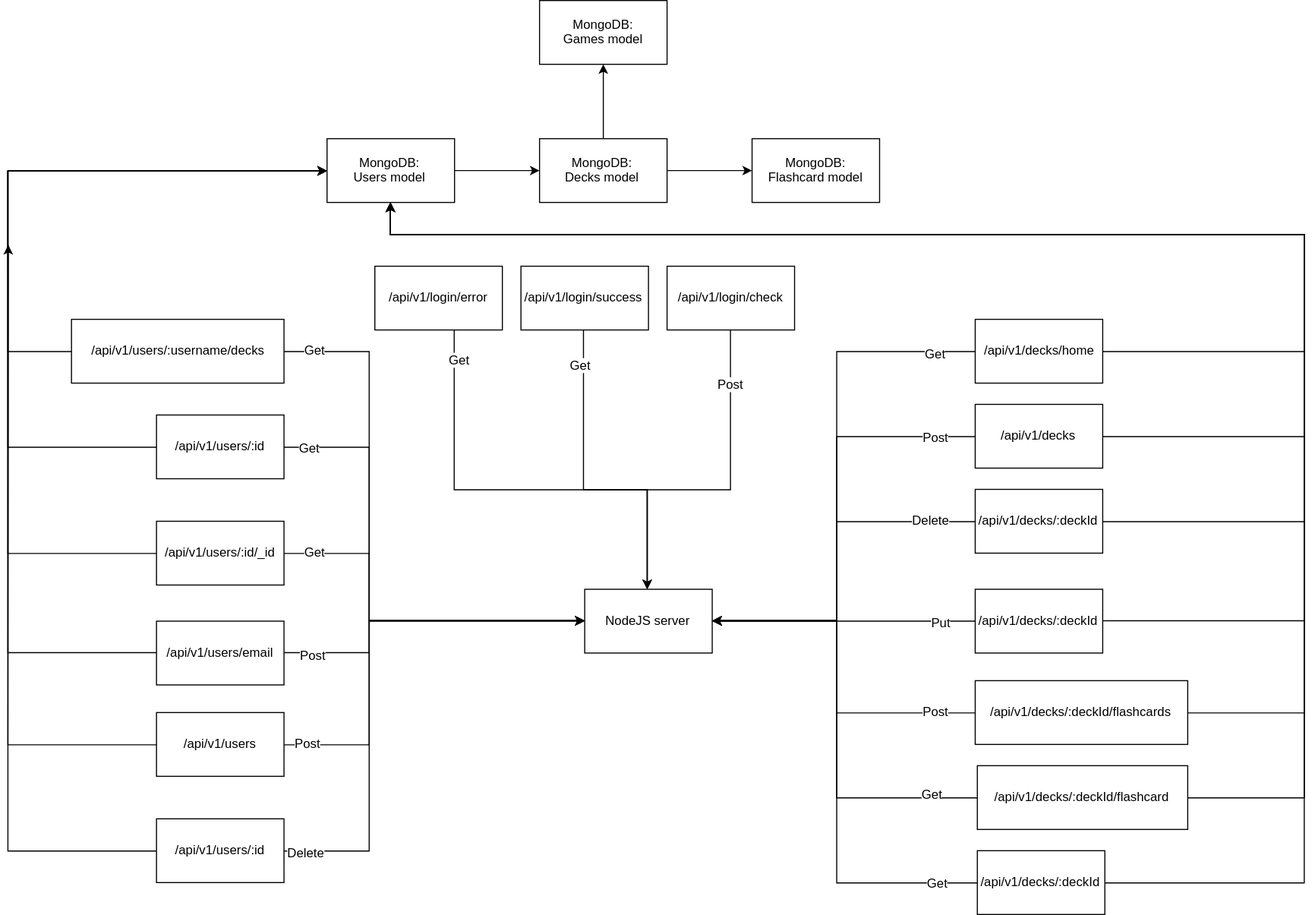
JorisNijkamp1/Apprend keeps this draw.io diagram as Documentatie/NodeJS-server.svg. Above is the earlier version. Source tidied: cells renumbered, new cells last; positions are measured from the earlier drawing's top-left corner, leaving out a move shared by most shapes.
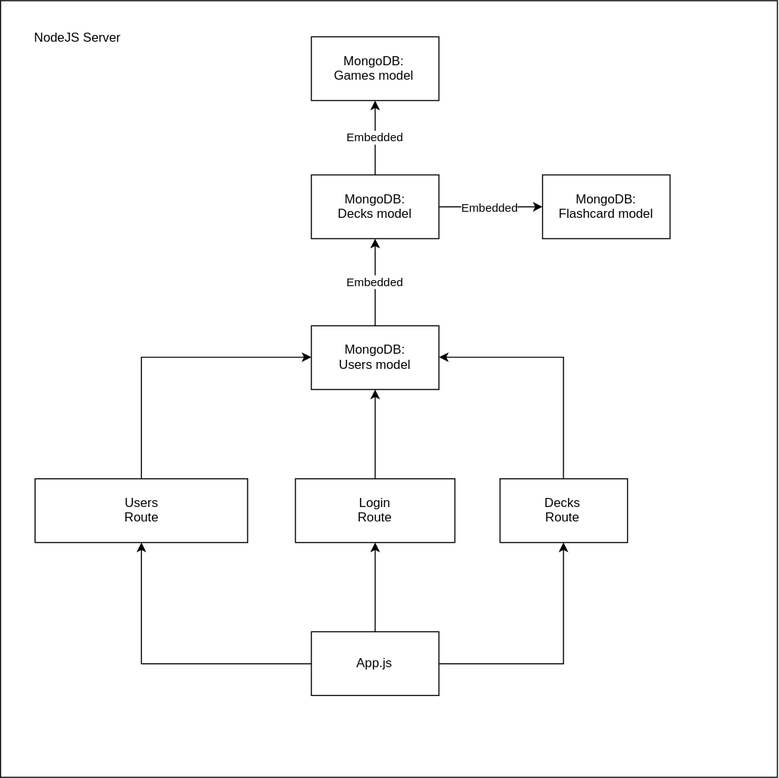
Later version of the same file.

What changed in the source:
```diff
@@ -2,357 +2,74 @@
   <root>
     <mxCell id="0" />
     <mxCell id="1" parent="0" />
-    <mxCell id="2" value="NodeJS server" style="rounded=0;whiteSpace=wrap;html=1;" parent="1" vertex="1">
-      <mxGeometry x="542.5" y="554" width="120" height="60" as="geometry" />
-    </mxCell>
-    <mxCell id="3" style="edgeStyle=orthogonalEdgeStyle;rounded=0;jettySize=auto;html=1;" parent="1" edge="1" source="6" target="2">
-      <mxGeometry relative="1" as="geometry">
-        <Array as="points">
-          <mxPoint x="780" y="330" />
-          <mxPoint x="780" y="584" />
-        </Array>
-      </mxGeometry>
-    </mxCell>
-    <mxCell id="4" value="Get" style="text;html=1;align=center;verticalAlign=middle;labelBackgroundColor=#ffffff;" parent="3" vertex="1">
-      <mxGeometry x="-0.85" y="1" relative="1" as="geometry" />
-    </mxCell>
-    <mxCell id="5" style="edgeStyle=orthogonalEdgeStyle;rounded=0;jettySize=auto;html=1;" parent="1" edge="1" source="6" target="65">
-      <mxGeometry relative="1" as="geometry">
-        <Array as="points">
-          <mxPoint x="1220" y="330" />
-          <mxPoint x="1220" y="220" />
-          <mxPoint x="360" y="220" />
-        </Array>
-      </mxGeometry>
-    </mxCell>
-    <mxCell id="6" value="/api/v1/decks/home" style="rounded=0;whiteSpace=wrap;html=1;" parent="1" vertex="1">
-      <mxGeometry x="910" y="300" width="120" height="60" as="geometry" />
-    </mxCell>
-    <mxCell id="7" style="edgeStyle=orthogonalEdgeStyle;rounded=0;jettySize=auto;html=1;" parent="1" edge="1" source="10" target="2">
-      <mxGeometry x="-0.15" y="30" relative="1" as="geometry">
-        <Array as="points">
-          <mxPoint x="780" y="410" />
-          <mxPoint x="780" y="584" />
-        </Array>
-        <mxPoint x="-30" y="30" as="offset" />
-      </mxGeometry>
-    </mxCell>
-    <mxCell id="8" value="Post" style="text;html=1;align=center;verticalAlign=middle;labelBackgroundColor=#ffffff;" parent="7" vertex="1">
-      <mxGeometry x="-0.82" relative="1" as="geometry" />
-    </mxCell>
-    <mxCell id="9" style="edgeStyle=orthogonalEdgeStyle;rounded=0;jettySize=auto;html=1;" parent="1" edge="1" source="10">
-      <mxGeometry relative="1" as="geometry">
-        <mxPoint x="360" y="180" as="targetPoint" />
-        <Array as="points">
-          <mxPoint x="1220" y="410" />
-          <mxPoint x="1220" y="220" />
-          <mxPoint x="360" y="220" />
-        </Array>
-      </mxGeometry>
-    </mxCell>
-    <mxCell id="10" value="/api/v1/decks" style="rounded=0;whiteSpace=wrap;html=1;" parent="1" vertex="1">
-      <mxGeometry x="910" y="380" width="120" height="60" as="geometry" />
-    </mxCell>
-    <mxCell id="11" style="edgeStyle=orthogonalEdgeStyle;rounded=0;jettySize=auto;html=1;" parent="1" edge="1" source="14" target="2">
-      <mxGeometry relative="1" as="geometry">
-        <Array as="points">
-          <mxPoint x="780" y="490" />
-          <mxPoint x="780" y="584" />
-        </Array>
-      </mxGeometry>
-    </mxCell>
-    <mxCell id="12" value="Delete" style="text;html=1;align=center;verticalAlign=middle;labelBackgroundColor=#ffffff;" parent="11" vertex="1">
-      <mxGeometry x="-0.75" y="-2" relative="1" as="geometry" />
-    </mxCell>
-    <mxCell id="13" style="edgeStyle=orthogonalEdgeStyle;rounded=0;jettySize=auto;html=1;" parent="1" edge="1" source="14" target="65">
-      <mxGeometry relative="1" as="geometry">
-        <Array as="points">
-          <mxPoint x="1220" y="490" />
-          <mxPoint x="1220" y="220" />
-          <mxPoint x="360" y="220" />
-        </Array>
-      </mxGeometry>
-    </mxCell>
-    <mxCell id="14" value="/api/v1/decks/:deckId" style="rounded=0;whiteSpace=wrap;html=1;" parent="1" vertex="1">
-      <mxGeometry x="910" y="460" width="120" height="60" as="geometry" />
-    </mxCell>
-    <mxCell id="15" style="edgeStyle=orthogonalEdgeStyle;rounded=0;jettySize=auto;html=1;" parent="1" edge="1" source="18" target="2">
-      <mxGeometry relative="1" as="geometry">
-        <Array as="points">
-          <mxPoint x="780" y="830" />
-          <mxPoint x="780" y="584" />
-        </Array>
-      </mxGeometry>
-    </mxCell>
-    <mxCell id="16" value="Get" style="text;html=1;align=center;verticalAlign=middle;labelBackgroundColor=#ffffff;" parent="15" vertex="1">
-      <mxGeometry x="-0.85" y="-1" relative="1" as="geometry" />
-    </mxCell>
-    <mxCell id="17" style="edgeStyle=orthogonalEdgeStyle;rounded=0;jettySize=auto;html=1;" parent="1" edge="1" source="18" target="65">
-      <mxGeometry relative="1" as="geometry">
-        <Array as="points">
-          <mxPoint x="1220" y="830" />
-          <mxPoint x="1220" y="220" />
-          <mxPoint x="360" y="220" />
-        </Array>
-      </mxGeometry>
-    </mxCell>
-    <mxCell id="18" value="/api/v1/decks/:deckId" style="rounded=0;whiteSpace=wrap;html=1;" parent="1" vertex="1">
-      <mxGeometry x="912" y="800" width="120" height="60" as="geometry" />
-    </mxCell>
-    <mxCell id="19" style="edgeStyle=orthogonalEdgeStyle;rounded=0;jettySize=auto;html=1;" parent="1" edge="1" source="22" target="2">
-      <mxGeometry relative="1" as="geometry">
-        <Array as="points">
-          <mxPoint x="780" y="750" />
-          <mxPoint x="780" y="584" />
-        </Array>
-      </mxGeometry>
-    </mxCell>
-    <mxCell id="20" value="Get" style="text;html=1;align=center;verticalAlign=middle;labelBackgroundColor=#ffffff;" parent="19" vertex="1">
-      <mxGeometry x="-0.79" y="-4" relative="1" as="geometry" />
-    </mxCell>
-    <mxCell id="21" style="edgeStyle=orthogonalEdgeStyle;rounded=0;jettySize=auto;html=1;" parent="1" edge="1" source="22" target="65">
-      <mxGeometry relative="1" as="geometry">
-        <Array as="points">
-          <mxPoint x="1220" y="750" />
-          <mxPoint x="1220" y="220" />
-          <mxPoint x="360" y="220" />
-        </Array>
-      </mxGeometry>
-    </mxCell>
-    <mxCell id="22" value="/api/v1/decks/:deckId/flashcard" style="rounded=0;whiteSpace=wrap;html=1;" parent="1" vertex="1">
-      <mxGeometry x="912" y="720" width="198" height="60" as="geometry" />
-    </mxCell>
-    <mxCell id="23" style="edgeStyle=orthogonalEdgeStyle;rounded=0;jettySize=auto;html=1;" parent="1" edge="1" source="26" target="2">
-      <mxGeometry relative="1" as="geometry">
-        <Array as="points">
-          <mxPoint x="780" y="670" />
-          <mxPoint x="780" y="584" />
-        </Array>
-      </mxGeometry>
-    </mxCell>
-    <mxCell id="24" value="Post" style="text;html=1;align=center;verticalAlign=middle;labelBackgroundColor=#ffffff;" parent="23" vertex="1">
-      <mxGeometry x="-0.77" y="-2" relative="1" as="geometry" />
-    </mxCell>
-    <mxCell id="25" style="edgeStyle=orthogonalEdgeStyle;rounded=0;jettySize=auto;html=1;" parent="1" edge="1" source="26" target="65">
-      <mxGeometry relative="1" as="geometry">
-        <Array as="points">
-          <mxPoint x="1220" y="670" />
-          <mxPoint x="1220" y="220" />
-          <mxPoint x="360" y="220" />
-        </Array>
-      </mxGeometry>
-    </mxCell>
-    <mxCell id="26" value="/api/v1/decks/:deckId/flashcards" style="rounded=0;whiteSpace=wrap;html=1;" parent="1" vertex="1">
-      <mxGeometry x="910" y="640" width="200" height="60" as="geometry" />
-    </mxCell>
-    <mxCell id="27" style="edgeStyle=orthogonalEdgeStyle;rounded=0;jettySize=auto;html=1;" parent="1" edge="1" source="30" target="2">
-      <mxGeometry relative="1" as="geometry" />
-    </mxCell>
-    <mxCell id="28" value="Put" style="text;html=1;align=center;verticalAlign=middle;labelBackgroundColor=#ffffff;" parent="27" vertex="1">
-      <mxGeometry x="-0.73" relative="1" as="geometry" />
-    </mxCell>
-    <mxCell id="29" style="edgeStyle=orthogonalEdgeStyle;rounded=0;jettySize=auto;html=1;" parent="1" edge="1" source="30" target="65">
-      <mxGeometry relative="1" as="geometry">
-        <Array as="points">
-          <mxPoint x="1220" y="584" />
-          <mxPoint x="1220" y="220" />
-          <mxPoint x="360" y="220" />
-        </Array>
-      </mxGeometry>
-    </mxCell>
-    <mxCell id="30" value="/api/v1/decks/:deckId" style="rounded=0;whiteSpace=wrap;html=1;" parent="1" vertex="1">
-      <mxGeometry x="910" y="554" width="120" height="60" as="geometry" />
-    </mxCell>
-    <mxCell id="31" style="edgeStyle=orthogonalEdgeStyle;rounded=0;jettySize=auto;html=1;" parent="1" edge="1" source="33" target="2">
-      <mxGeometry relative="1" as="geometry">
-        <Array as="points">
-          <mxPoint x="680" y="460" />
-          <mxPoint x="602" y="460" />
-        </Array>
-      </mxGeometry>
-    </mxCell>
-    <mxCell id="32" value="Post" style="text;html=1;align=center;verticalAlign=middle;labelBackgroundColor=#ffffff;" parent="31" vertex="1">
-      <mxGeometry x="-0.69" y="-1" relative="1" as="geometry" />
-    </mxCell>
-    <mxCell id="33" value="/api/v1/login/check" style="rounded=0;whiteSpace=wrap;html=1;" parent="1" vertex="1">
-      <mxGeometry x="620" y="250" width="120" height="60" as="geometry" />
-    </mxCell>
-    <mxCell id="34" style="edgeStyle=orthogonalEdgeStyle;rounded=0;jettySize=auto;html=1;" parent="1" edge="1" source="36" target="2">
-      <mxGeometry relative="1" as="geometry">
-        <Array as="points">
-          <mxPoint x="542" y="460" />
-          <mxPoint x="602" y="460" />
-        </Array>
-      </mxGeometry>
-    </mxCell>
-    <mxCell id="35" value="Get" style="text;html=1;align=center;verticalAlign=middle;labelBackgroundColor=#ffffff;" parent="34" vertex="1">
-      <mxGeometry x="-0.79" y="-4" relative="1" as="geometry" />
-    </mxCell>
-    <mxCell id="36" value="/api/v1/login/success" style="rounded=0;whiteSpace=wrap;html=1;" parent="1" vertex="1">
-      <mxGeometry x="482.5" y="250" width="120" height="60" as="geometry" />
-    </mxCell>
-    <mxCell id="37" style="edgeStyle=orthogonalEdgeStyle;rounded=0;jettySize=auto;html=1;" parent="1" edge="1" source="39" target="2">
-      <mxGeometry relative="1" as="geometry">
-        <Array as="points">
-          <mxPoint x="420" y="460" />
-          <mxPoint x="602" y="460" />
-        </Array>
-      </mxGeometry>
-    </mxCell>
-    <mxCell id="38" value="Get" style="text;html=1;align=center;verticalAlign=middle;labelBackgroundColor=#ffffff;" parent="37" vertex="1">
-      <mxGeometry x="-0.88" y="4" relative="1" as="geometry" />
-    </mxCell>
-    <mxCell id="39" value="/api/v1/login/error" style="rounded=0;whiteSpace=wrap;html=1;" parent="1" vertex="1">
-      <mxGeometry x="345" y="250" width="120" height="60" as="geometry" />
-    </mxCell>
-    <mxCell id="40" style="edgeStyle=orthogonalEdgeStyle;rounded=0;jettySize=auto;html=1;" parent="1" edge="1" source="43" target="2">
-      <mxGeometry relative="1" as="geometry">
-        <Array as="points">
-          <mxPoint x="340" y="330" />
-          <mxPoint x="340" y="584" />
-        </Array>
-      </mxGeometry>
-    </mxCell>
-    <mxCell id="41" value="Get" style="text;html=1;align=center;verticalAlign=middle;labelBackgroundColor=#ffffff;" parent="40" vertex="1">
-      <mxGeometry x="-0.9" y="2" relative="1" as="geometry" />
-    </mxCell>
-    <mxCell id="42" style="edgeStyle=orthogonalEdgeStyle;rounded=0;jettySize=auto;html=1;" parent="1" edge="1" source="43" target="65">
-      <mxGeometry relative="1" as="geometry">
-        <Array as="points">
-          <mxPoint y="330" />
-        </Array>
-      </mxGeometry>
-    </mxCell>
-    <mxCell id="43" value="/api/v1/users/:username/decks" style="rounded=0;whiteSpace=wrap;html=1;" parent="1" vertex="1">
-      <mxGeometry x="59.5" y="300" width="200" height="60" as="geometry" />
-    </mxCell>
-    <mxCell id="44" style="edgeStyle=orthogonalEdgeStyle;rounded=0;jettySize=auto;html=1;" parent="1" edge="1" source="47" target="2">
-      <mxGeometry relative="1" as="geometry">
-        <Array as="points">
-          <mxPoint x="340" y="700" />
-          <mxPoint x="340" y="584" />
-        </Array>
-      </mxGeometry>
-    </mxCell>
-    <mxCell id="45" value="Post" style="text;html=1;align=center;verticalAlign=middle;labelBackgroundColor=#ffffff;" parent="44" vertex="1">
-      <mxGeometry x="-0.89" y="2" relative="1" as="geometry" />
-    </mxCell>
-    <mxCell id="46" style="edgeStyle=orthogonalEdgeStyle;rounded=0;jettySize=auto;html=1;" parent="1" edge="1" source="47">
-      <mxGeometry relative="1" as="geometry">
-        <mxPoint y="230" as="targetPoint" />
-      </mxGeometry>
-    </mxCell>
-    <mxCell id="47" value="/api/v1/users" style="rounded=0;whiteSpace=wrap;html=1;" parent="1" vertex="1">
-      <mxGeometry x="139.5" y="670" width="120" height="60" as="geometry" />
-    </mxCell>
-    <mxCell id="48" style="edgeStyle=orthogonalEdgeStyle;rounded=0;jettySize=auto;html=1;" parent="1" edge="1" source="51" target="2">
-      <mxGeometry relative="1" as="geometry">
-        <Array as="points">
-          <mxPoint x="340" y="420" />
-          <mxPoint x="340" y="584" />
-        </Array>
-      </mxGeometry>
-    </mxCell>
-    <mxCell id="49" value="Get" style="text;html=1;align=center;verticalAlign=middle;labelBackgroundColor=#ffffff;" parent="48" vertex="1">
-      <mxGeometry x="-0.9" relative="1" as="geometry" />
-    </mxCell>
-    <mxCell id="50" style="edgeStyle=orthogonalEdgeStyle;rounded=0;jettySize=auto;html=1;" parent="1" edge="1" source="51" target="65">
-      <mxGeometry relative="1" as="geometry">
-        <Array as="points">
-          <mxPoint y="420" />
-          <mxPoint y="160" />
-        </Array>
-      </mxGeometry>
-    </mxCell>
-    <mxCell id="51" value="/api/v1/users/:id" style="rounded=0;whiteSpace=wrap;html=1;" parent="1" vertex="1">
-      <mxGeometry x="139.5" y="390" width="120" height="60" as="geometry" />
-    </mxCell>
-    <mxCell id="52" style="edgeStyle=orthogonalEdgeStyle;rounded=0;jettySize=auto;html=1;" parent="1" edge="1" source="55" target="2">
-      <mxGeometry relative="1" as="geometry">
-        <Array as="points">
-          <mxPoint x="340" y="520" />
-          <mxPoint x="340" y="584" />
-        </Array>
-      </mxGeometry>
-    </mxCell>
-    <mxCell id="53" value="Get" style="text;html=1;align=center;verticalAlign=middle;labelBackgroundColor=#ffffff;" parent="52" vertex="1">
-      <mxGeometry x="-0.84" y="2" relative="1" as="geometry" />
-    </mxCell>
-    <mxCell id="54" style="edgeStyle=orthogonalEdgeStyle;rounded=0;jettySize=auto;html=1;" parent="1" edge="1" source="55" target="65">
-      <mxGeometry relative="1" as="geometry">
-        <Array as="points">
-          <mxPoint y="520" />
-          <mxPoint y="160" />
-        </Array>
-      </mxGeometry>
-    </mxCell>
-    <mxCell id="55" value="/api/v1/users/:id/_id" style="rounded=0;whiteSpace=wrap;html=1;" parent="1" vertex="1">
-      <mxGeometry x="139.5" y="490" width="120" height="60" as="geometry" />
-    </mxCell>
-    <mxCell id="56" style="edgeStyle=orthogonalEdgeStyle;rounded=0;jettySize=auto;html=1;" parent="1" edge="1" source="59" target="2">
-      <mxGeometry relative="1" as="geometry">
-        <Array as="points">
-          <mxPoint x="340" y="614" />
-          <mxPoint x="340" y="584" />
-        </Array>
-      </mxGeometry>
-    </mxCell>
-    <mxCell id="57" value="Post" style="text;html=1;align=center;verticalAlign=middle;labelBackgroundColor=#ffffff;" parent="56" vertex="1">
-      <mxGeometry x="-0.83" y="-1" relative="1" as="geometry" />
-    </mxCell>
-    <mxCell id="58" style="edgeStyle=orthogonalEdgeStyle;rounded=0;jettySize=auto;html=1;" parent="1" edge="1" source="59" target="65">
-      <mxGeometry relative="1" as="geometry">
-        <Array as="points">
-          <mxPoint y="614" />
-          <mxPoint y="160" />
-        </Array>
-      </mxGeometry>
-    </mxCell>
-    <mxCell id="59" value="/api/v1/users/email" style="rounded=0;whiteSpace=wrap;html=1;" parent="1" vertex="1">
-      <mxGeometry x="139.5" y="584" width="120" height="60" as="geometry" />
-    </mxCell>
-    <mxCell id="60" style="edgeStyle=orthogonalEdgeStyle;rounded=0;jettySize=auto;html=1;" parent="1" edge="1" source="63" target="2">
-      <mxGeometry relative="1" as="geometry">
-        <Array as="points">
-          <mxPoint x="340" y="800" />
-          <mxPoint x="340" y="584" />
-        </Array>
-      </mxGeometry>
-    </mxCell>
-    <mxCell id="61" value="Delete" style="text;html=1;align=center;verticalAlign=middle;labelBackgroundColor=#ffffff;" parent="60" vertex="1">
-      <mxGeometry x="-0.92" y="-1" relative="1" as="geometry" />
-    </mxCell>
-    <mxCell id="62" style="edgeStyle=orthogonalEdgeStyle;rounded=0;jettySize=auto;html=1;" parent="1" edge="1" source="63" target="65">
-      <mxGeometry relative="1" as="geometry">
-        <Array as="points">
-          <mxPoint y="800" />
-          <mxPoint y="160" />
-        </Array>
-      </mxGeometry>
-    </mxCell>
-    <mxCell id="63" value="/api/v1/users/:id" style="rounded=0;whiteSpace=wrap;html=1;" parent="1" vertex="1">
-      <mxGeometry x="139.5" y="770" width="120" height="60" as="geometry" />
-    </mxCell>
+    <mxCell id="71" style="whiteSpace=wrap;html=1;" parent="1" vertex="1">
+      <mxGeometry x="480" width="731" height="731" as="geometry" />
+    </mxCell>
+    <mxCell id="72" style="edgeStyle=orthogonalEdgeStyle;rounded=0;jettySize=auto;html=1;" parent="1" edge="1" source="75" target="77">
+      <mxGeometry relative="1" as="geometry" />
+    </mxCell>
+    <mxCell id="73" style="edgeStyle=orthogonalEdgeStyle;rounded=0;jettySize=auto;html=1;" parent="1" edge="1" source="75" target="79">
+      <mxGeometry relative="1" as="geometry">
+        <Array as="points">
+          <mxPoint x="833" y="480" />
+        </Array>
+      </mxGeometry>
+    </mxCell>
+    <mxCell id="74" style="edgeStyle=orthogonalEdgeStyle;rounded=0;jettySize=auto;html=1;" parent="1" edge="1" source="75" target="81">
+      <mxGeometry relative="1" as="geometry" />
+    </mxCell>
+    <mxCell id="75" value="App.js" style="rounded=0;whiteSpace=wrap;html=1;" parent="1" vertex="1">
+      <mxGeometry x="772.5" y="594" width="120" height="60" as="geometry" />
+    </mxCell>
+    <mxCell id="76" style="edgeStyle=orthogonalEdgeStyle;rounded=0;jettySize=auto;html=1;" parent="1" edge="1" source="77" target="65">
+      <mxGeometry relative="1" as="geometry">
+        <Array as="points">
+          <mxPoint x="613" y="336" />
+        </Array>
+      </mxGeometry>
+    </mxCell>
+    <mxCell id="77" value="Users&lt;br&gt;Route" style="rounded=0;whiteSpace=wrap;html=1;" parent="1" vertex="1">
+      <mxGeometry x="512.5" y="450" width="200" height="60" as="geometry" />
+    </mxCell>
-    <mxCell id="64" style="edgeStyle=orthogonalEdgeStyle;rounded=0;jettySize=auto;html=1;" parent="1" edge="1" source="65" target="68">
+    <mxCell id="64" value="Embedded" style="edgeStyle=orthogonalEdgeStyle;rounded=0;jettySize=auto;html=1;" parent="1" edge="1" source="65" target="68">
       <mxGeometry relative="1" as="geometry" />
     </mxCell>
     <mxCell id="65" value="MongoDB:&lt;br&gt;Users model" style="rounded=0;whiteSpace=wrap;html=1;" parent="1" vertex="1">
-      <mxGeometry x="300" y="130" width="120" height="60" as="geometry" />
+      <mxGeometry x="772.5" y="306" width="120" height="60" as="geometry" />
     </mxCell>
-    <mxCell id="66" style="edgeStyle=orthogonalEdgeStyle;rounded=0;jettySize=auto;html=1;" parent="1" edge="1" source="68" target="70">
+    <mxCell id="66" value="Embedded" style="edgeStyle=orthogonalEdgeStyle;rounded=0;jettySize=auto;html=1;" parent="1" edge="1" source="68" target="70">
       <mxGeometry relative="1" as="geometry" />
     </mxCell>
-    <mxCell id="67" style="edgeStyle=orthogonalEdgeStyle;rounded=0;jettySize=auto;html=1;" parent="1" edge="1" source="68" target="69">
+    <mxCell id="67" value="Embedded" style="edgeStyle=orthogonalEdgeStyle;rounded=0;jettySize=auto;html=1;" parent="1" edge="1" source="68" target="69">
       <mxGeometry relative="1" as="geometry" />
     </mxCell>
     <mxCell id="68" value="MongoDB:&lt;br&gt;Decks model" style="rounded=0;whiteSpace=wrap;html=1;" parent="1" vertex="1">
-      <mxGeometry x="500" y="130" width="120" height="60" as="geometry" />
+      <mxGeometry x="772.5" y="164" width="120" height="60" as="geometry" />
     </mxCell>
     <mxCell id="69" value="MongoDB:&lt;br&gt;Games model" style="rounded=0;whiteSpace=wrap;html=1;" parent="1" vertex="1">
-      <mxGeometry x="500" width="120" height="60" as="geometry" />
+      <mxGeometry x="772.5" y="34" width="120" height="60" as="geometry" />
     </mxCell>
     <mxCell id="70" value="MongoDB:&lt;br&gt;Flashcard model" style="rounded=0;whiteSpace=wrap;html=1;" parent="1" vertex="1">
-      <mxGeometry x="700" y="130" width="120" height="60" as="geometry" />
+      <mxGeometry x="990" y="164" width="120" height="60" as="geometry" />
     </mxCell>
+    <mxCell id="78" style="edgeStyle=orthogonalEdgeStyle;rounded=0;jettySize=auto;html=1;" parent="1" edge="1" source="79" target="65">
+      <mxGeometry relative="1" as="geometry" />
+    </mxCell>
+    <mxCell id="79" value="Login&lt;br&gt;Route" style="rounded=0;whiteSpace=wrap;html=1;" parent="1" vertex="1">
+      <mxGeometry x="757.5" y="450" width="150" height="60" as="geometry" />
+    </mxCell>
+    <mxCell id="80" style="edgeStyle=orthogonalEdgeStyle;rounded=0;jettySize=auto;html=1;" parent="1" edge="1" source="81" target="65">
+      <mxGeometry relative="1" as="geometry">
+        <Array as="points">
+          <mxPoint x="1010" y="336" />
+        </Array>
+      </mxGeometry>
+    </mxCell>
+    <mxCell id="81" value="Decks&lt;br&gt;Route" style="rounded=0;whiteSpace=wrap;html=1;" parent="1" vertex="1">
+      <mxGeometry x="950" y="450" width="120" height="60" as="geometry" />
+    </mxCell>
+    <mxCell id="82" value="NodeJS Server" style="text;html=1;align=center;verticalAlign=middle;" parent="1" vertex="1">
+      <mxGeometry x="502.5" y="24" width="100" height="20" as="geometry" />
+    </mxCell>
   </root>
 </mxGraphModel>
```
